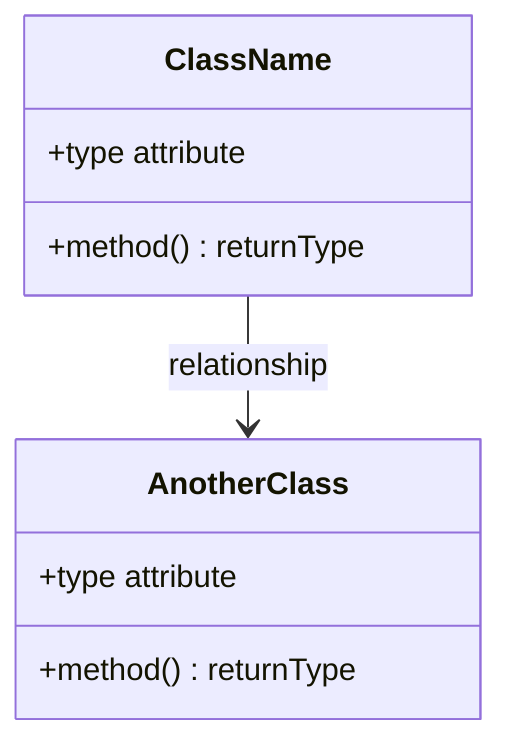
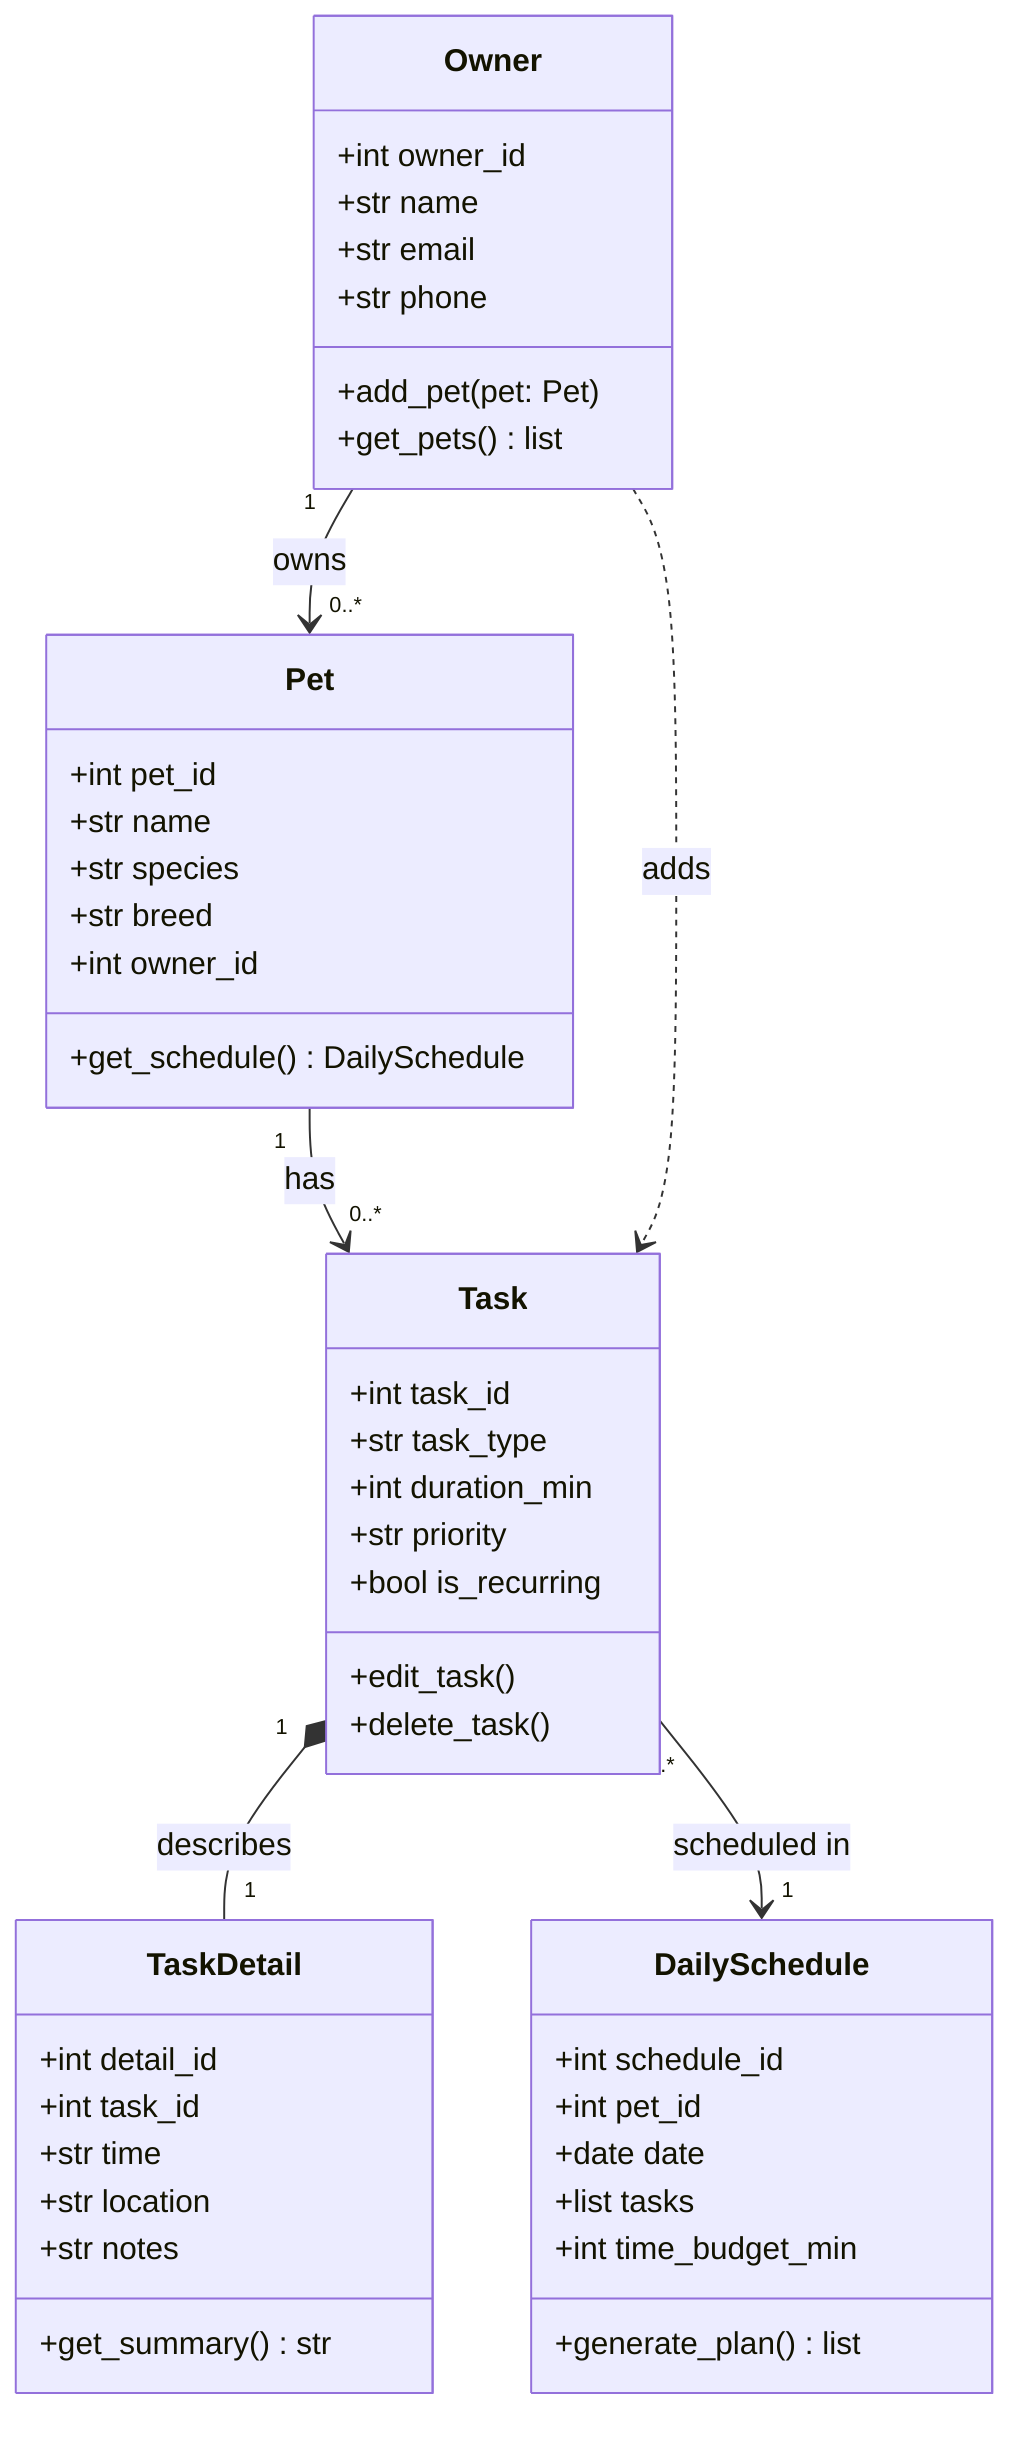
classDiagram
-     %% Replace the placeholders below with your actual classes, attributes, methods, and relationships.
-     %% Keep this file updated so it matches your final implementation.
+     direction TB

-     class ClassName {
-         +type attribute
-         +method() returnType
+     class Owner {
+         +int owner_id
+         +str name
+         +str email
+         +str phone
+         +add_pet(pet: Pet)
+         +get_pets() list
    }

-     class AnotherClass {
-         +type attribute
-         +method() returnType
+     class Pet {
+         +int pet_id
+         +str name
+         +str species
+         +str breed
+         +int owner_id
+         +get_schedule() DailySchedule
    }

-     ClassName --> AnotherClass : relationship
+     class Task {
+         +int task_id
+         +str task_type
+         +int duration_min
+         +str priority
+         +bool is_recurring
+         +edit_task()
+         +delete_task()
+     }
+ 
+     class TaskDetail {
+         +int detail_id
+         +int task_id
+         +str time
+         +str location
+         +str notes
+         +get_summary() str
+     }
+ 
+     class DailySchedule {
+         +int schedule_id
+         +int pet_id
+         +date date
+         +list tasks
+         +int time_budget_min
+         +generate_plan() list
+     }
+ 
+     Owner "1" --> "0..*" Pet : owns
+     Pet "1" --> "0..*" Task : has
+     Owner ..> Task : adds
+     Task "1" *-- "1" TaskDetail : describes
+     Task "0..*" --> "1" DailySchedule : scheduled in